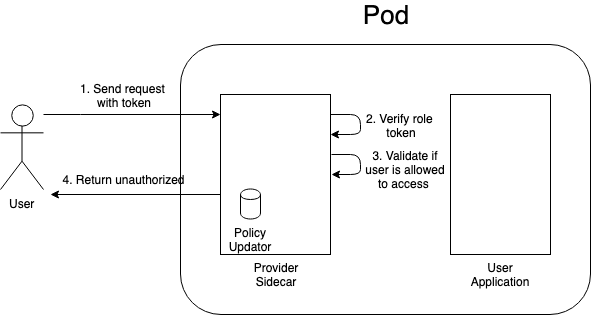
Earlier version of the draw.io export doc/assets/auth_proxy_use_case_auth_failed.png (yahoojapan/authorization-proxy). Source tidied: cells renumbered, new cells last; positions are measured from the earlier drawing's top-left corner, leaving out a move shared by most shapes. The source it was exported from:
```xml
<mxGraphModel>
  <root>
    <mxCell id="0" />
    <mxCell id="1" parent="0" />
    <mxCell id="2" style="rounded=1;whiteSpace=wrap;html=1;" parent="1" vertex="1">
      <mxGeometry x="180" y="40" width="410" height="270" as="geometry" />
    </mxCell>
    <mxCell id="3" value="&lt;font style=&quot;font-size: 26px&quot;&gt;Pod&lt;/font&gt;" style="text;html=1;strokeColor=none;fillColor=none;align=center;verticalAlign=middle;whiteSpace=wrap;rounded=0;" parent="1" vertex="1">
      <mxGeometry x="320" width="130" height="20" as="geometry" />
    </mxCell>
    <mxCell id="4" style="rounded=0;whiteSpace=wrap;html=1;" parent="1" vertex="1">
      <mxGeometry x="220" y="90" width="110" height="160" as="geometry" />
    </mxCell>
    <mxCell id="5" value="Provider&lt;br&gt;Sidecar&lt;br&gt;" style="text;html=1;strokeColor=none;fillColor=none;align=center;verticalAlign=middle;whiteSpace=wrap;rounded=0;" parent="1" vertex="1">
      <mxGeometry x="225" y="260" width="100" height="20" as="geometry" />
    </mxCell>
    <mxCell id="6" style="rounded=0;whiteSpace=wrap;html=1;" parent="1" vertex="1">
      <mxGeometry x="450" y="90" width="100" height="160" as="geometry" />
    </mxCell>
    <mxCell id="7" value="User Application" style="text;html=1;strokeColor=none;fillColor=none;align=center;verticalAlign=middle;whiteSpace=wrap;rounded=0;" parent="1" vertex="1">
      <mxGeometry x="472.5" y="260" width="55" height="20" as="geometry" />
    </mxCell>
    <mxCell id="8" style="endArrow=classic;html=1;entryX=1;entryY=0.25;entryDx=0;entryDy=0;" parent="1" edge="1" target="4">
      <mxGeometry relative="1" as="geometry">
        <mxPoint x="330" y="110" as="sourcePoint" />
        <Array as="points">
          <mxPoint x="360" y="110" />
          <mxPoint x="360" y="130" />
        </Array>
      </mxGeometry>
    </mxCell>
    <mxCell id="9" value="2. Verify role &lt;br&gt;token" style="text;html=1;align=center;verticalAlign=middle;labelBackgroundColor=#ffffff;" parent="8" vertex="1">
      <mxGeometry x="-0.22" relative="1" as="geometry">
        <mxPoint x="40" y="9" as="offset" />
      </mxGeometry>
    </mxCell>
    <mxCell id="10" style="edgeStyle=orthogonalEdgeStyle;rounded=0;html=1;jettySize=auto;" parent="1" edge="1" source="12" target="4">
      <mxGeometry relative="1" as="geometry">
        <Array as="points">
          <mxPoint x="80" y="110" />
          <mxPoint x="80" y="110" />
        </Array>
      </mxGeometry>
    </mxCell>
    <mxCell id="11" value="1. Send request&amp;nbsp;&lt;br&gt;with token&lt;br&gt;" style="text;html=1;align=center;verticalAlign=middle;labelBackgroundColor=#ffffff;" parent="10" vertex="1">
      <mxGeometry x="-0.5" y="-4" relative="1" as="geometry">
        <mxPoint x="35.5" y="-24" as="offset" />
      </mxGeometry>
    </mxCell>
    <mxCell id="12" value="User&lt;br&gt;" style="shape=umlActor;verticalLabelPosition=bottom;labelBackgroundColor=#ffffff;verticalAlign=top;html=1;outlineConnect=0;" parent="1" vertex="1">
      <mxGeometry y="100" width="43" height="85" as="geometry" />
    </mxCell>
    <mxCell id="13" style="endArrow=classic;html=1;" parent="1" edge="1">
      <mxGeometry relative="1" as="geometry">
        <mxPoint x="331" y="150" as="sourcePoint" />
        <mxPoint x="331" y="170" as="targetPoint" />
        <Array as="points">
          <mxPoint x="360" y="150" />
          <mxPoint x="360" y="170" />
        </Array>
      </mxGeometry>
    </mxCell>
    <mxCell id="14" value="3. Validate if user is allowed to access&amp;nbsp;" style="text;html=1;strokeColor=none;fillColor=none;align=center;verticalAlign=middle;whiteSpace=wrap;rounded=0;" parent="1" vertex="1">
      <mxGeometry x="360" y="155" width="90" height="20" as="geometry" />
    </mxCell>
    <mxCell id="15" style="endArrow=classic;html=1;exitX=0;exitY=0.628;exitDx=0;exitDy=0;exitPerimeter=0;" parent="1" edge="1" source="4">
      <mxGeometry relative="1" as="geometry">
        <mxPoint x="50" y="190" as="targetPoint" />
      </mxGeometry>
    </mxCell>
    <mxCell id="16" value="4. Return unauthorized" style="text;html=1;strokeColor=none;fillColor=none;align=center;verticalAlign=middle;whiteSpace=wrap;rounded=0;" parent="1" vertex="1">
      <mxGeometry x="57" y="165" width="133" height="20" as="geometry" />
    </mxCell>
    <mxCell id="17" style="shape=cylinder;whiteSpace=wrap;html=1;boundedLbl=1;backgroundOutline=1;" parent="1" vertex="1">
      <mxGeometry x="240" y="184.5" width="20" height="30" as="geometry" />
    </mxCell>
    <mxCell id="18" value="Policy Updator" style="text;html=1;strokeColor=none;fillColor=none;align=center;verticalAlign=middle;whiteSpace=wrap;rounded=0;" parent="1" vertex="1">
      <mxGeometry x="230" y="224.5" width="40" height="20" as="geometry" />
    </mxCell>
  </root>
</mxGraphModel>
```
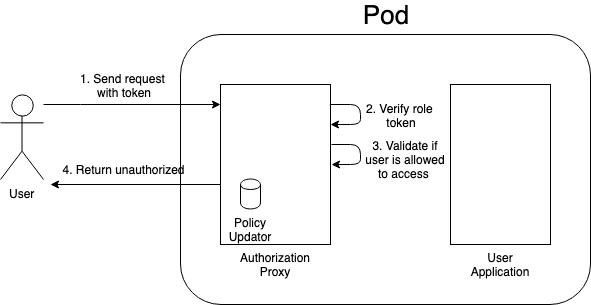
The same diagram one commit later.

The edit, as a diff of the source:
```diff
@@ -6,12 +6,12 @@
       <mxGeometry x="180" y="40" width="410" height="270" as="geometry" />
     </mxCell>
     <mxCell id="3" value="&lt;font style=&quot;font-size: 26px&quot;&gt;Pod&lt;/font&gt;" style="text;html=1;strokeColor=none;fillColor=none;align=center;verticalAlign=middle;whiteSpace=wrap;rounded=0;" parent="1" vertex="1">
-      <mxGeometry x="320" width="130" height="20" as="geometry" />
+      <mxGeometry x="320" y="10" width="130" height="20" as="geometry" />
     </mxCell>
     <mxCell id="4" style="rounded=0;whiteSpace=wrap;html=1;" parent="1" vertex="1">
       <mxGeometry x="220" y="90" width="110" height="160" as="geometry" />
     </mxCell>
-    <mxCell id="5" value="Provider&lt;br&gt;Sidecar&lt;br&gt;" style="text;html=1;strokeColor=none;fillColor=none;align=center;verticalAlign=middle;whiteSpace=wrap;rounded=0;" parent="1" vertex="1">
+    <mxCell id="5" value="Authorization Proxy&lt;br&gt;" style="text;html=1;strokeColor=none;fillColor=none;align=center;verticalAlign=middle;whiteSpace=wrap;rounded=0;" parent="1" vertex="1">
       <mxGeometry x="225" y="260" width="100" height="20" as="geometry" />
     </mxCell>
     <mxCell id="6" style="rounded=0;whiteSpace=wrap;html=1;" parent="1" vertex="1">
```
